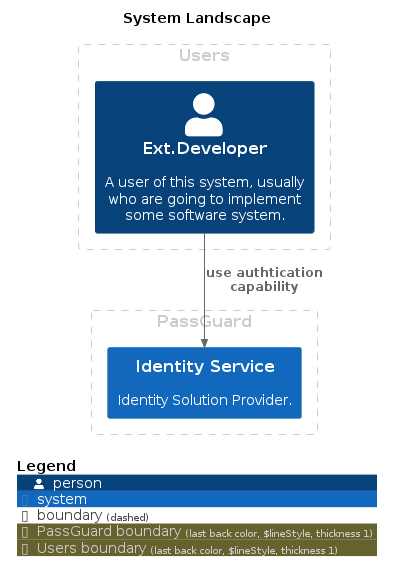
The PlantUML diagram master/png/SystemLandscape.png in IntellectusCorp/passguard-docs, before a commit.
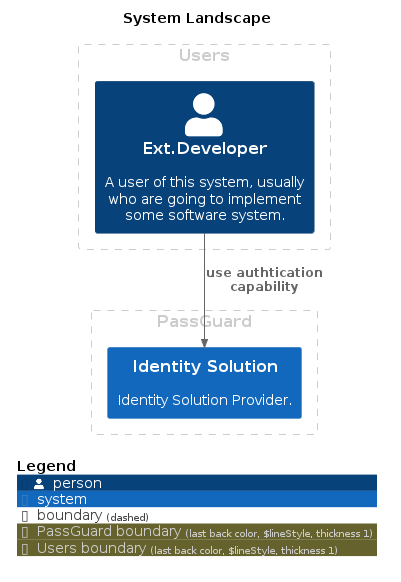
After the commit.

Diff of the diagram source:
```diff
@@ -9,7 +9,7 @@
 
 AddBoundaryTag("PassGuard", $borderColor="#cccccc", $fontColor="#cccccc", $borderStyle="Dashed", $borderThickness="1")
 Boundary(group_1, "PassGuard", $tags="PassGuard") {
-  System(IdentityService, "Identity Service", $descr="Identity Solution Provider.", $tags="", $link="")
+  System(IdentitySolution, "Identity Solution", $descr="Identity Solution Provider.", $tags="", $link="")
 }
 
 AddBoundaryTag("Users", $borderColor="#cccccc", $fontColor="#cccccc", $borderStyle="Dashed", $borderThickness="1")
@@ -18,7 +18,7 @@
 }
 
 
-Rel(ExtDeveloper, IdentityService, "use authtication capability", $techn="", $tags="", $link="")
+Rel(ExtDeveloper, IdentitySolution, "use authtication capability", $techn="", $tags="", $link="")
 
 SHOW_LEGEND(true)
 @enduml
```
